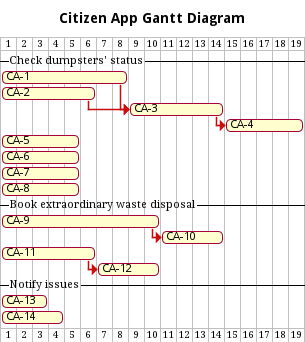
The PlantUML diagram img/gantt-citizen-app.pm.png in SmartWasteCollection/project-management, before a commit.
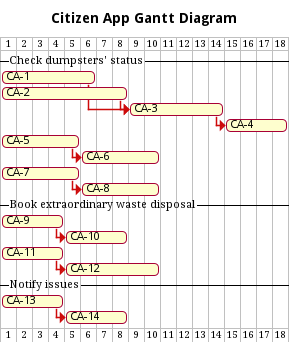
Above is the later version.

What changed in the source:
```diff
@@ -5,10 +5,10 @@
 
 --Check dumpsters' status--
 
-task(1, 8)
-task(2, 6)
+task(1, 6)
+task(2, 8)
 task(3, 6)
-task(4, 5)
+task(4, 4)
 
 endtostart(1, 3)
 endtostart(2, 3)
@@ -19,21 +19,26 @@
 task(7, 5)
 task(8, 5)
 
+endtostart(5, 6)
+endtostart(7, 8)
+
 --Book extraordinary waste disposal--
 
-task(9, 10)
+task(9, 4)
 task(10, 4)
 
 endtostart(9, 10)
 
-task(11, 6)
-task(12, 4)
+task(11, 4)
+task(12, 6)
 
 endtostart(11, 12)
 
 --Notify issues--
 
-task(13, 3)
+task(13, 4)
 task(14, 4)
 
+endtostart(13, 14)
+
 @endgantt
```
